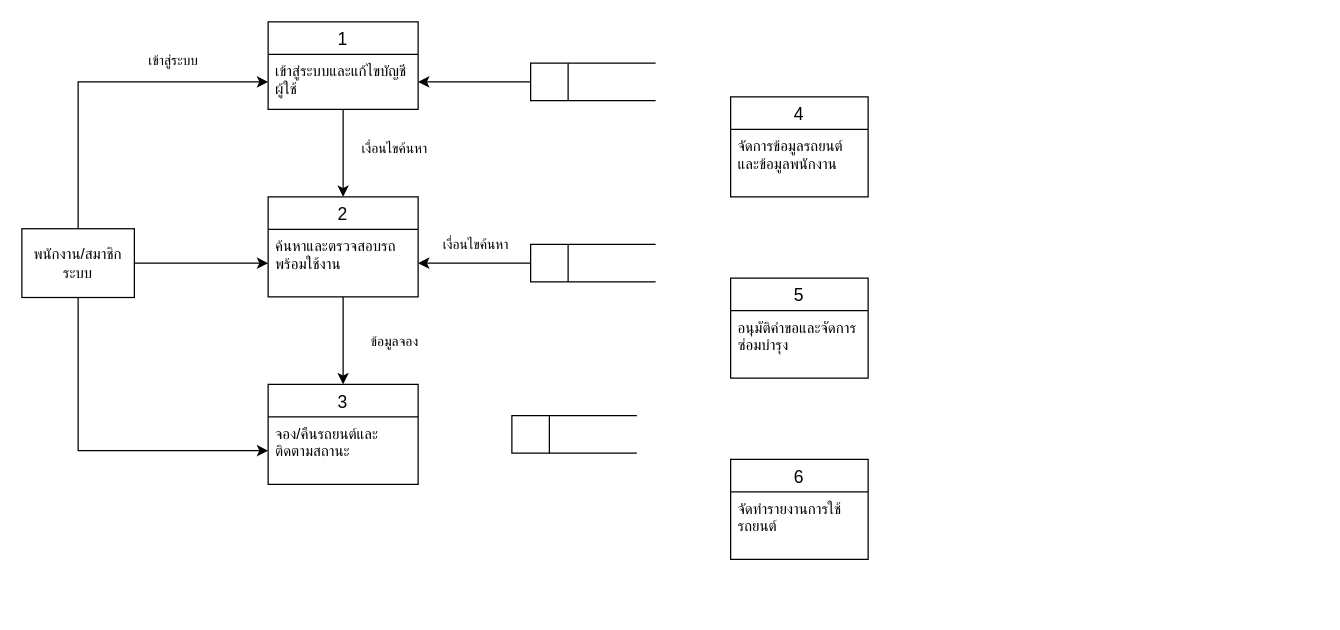
Before: docs/Untitled Diagram.drawio in Anurak-Creator/ANURAK-HOMELAB, a draw.io diagram. Source tidied: cells renumbered, new cells numbered last; positions are measured from the earlier drawing's top-left corner, leaving out a move shared by most shapes. Both pictures are drawn from the tidied source at 125%, with x=0, y=0 at pixel (21, 21).
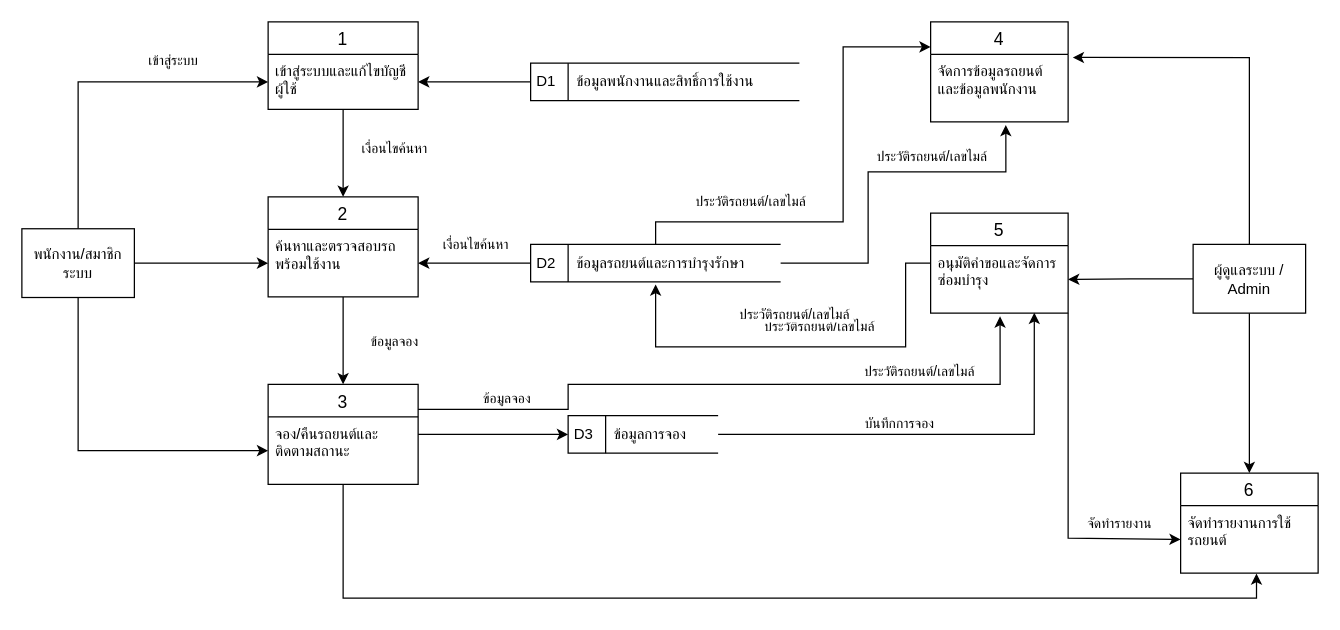
Above is the later version.

Unchanged cells that the change refers to:
```xml
<mxCell id="10" value="3" style="swimlane;fontStyle=0;horizontal=1;startSize=26;align=center;fontSize=14;" parent="1" vertex="1">
  <mxGeometry x="197" y="290" width="120" height="80" as="geometry" />
</mxCell>
<mxCell id="13" value="จัดการข้อมูลรถยนต์และข้อมูลพนักงาน" style="text;strokeColor=none;fillColor=none;spacingLeft=4;spacingRight=4;overflow=hidden;points=[[0,0.5],[1,0.5]];portConstraint=eastwest;fontSize=12;whiteSpace=wrap;html=1;" parent="12" vertex="1">
  <mxGeometry y="26" width="110" height="54" as="geometry" />
</mxCell>
<mxCell id="15" value="อนุมัติคำขอและจัดการซ่อมบำรุง" style="text;strokeColor=none;fillColor=none;spacingLeft=4;spacingRight=4;overflow=hidden;points=[[0,0.5],[1,0.5]];portConstraint=eastwest;fontSize=12;whiteSpace=wrap;html=1;" parent="14" vertex="1">
  <mxGeometry y="26" width="110" height="54" as="geometry" />
</mxCell>
<mxCell id="17" value="จัดทำรายงานการใช้รถยนต์" style="text;strokeColor=none;fillColor=none;spacingLeft=4;spacingRight=4;overflow=hidden;points=[[0,0.5],[1,0.5]];portConstraint=eastwest;fontSize=12;whiteSpace=wrap;html=1;" parent="16" vertex="1">
  <mxGeometry y="26" width="110" height="54" as="geometry" />
</mxCell>
```

Diff of the diagram source:
```diff
@@
+    <mxCell id="29" style="edgeStyle=orthogonalEdgeStyle;rounded=0;jettySize=auto;html=1;defaultLabelBackgroundColor=page;labelPadding=0 4;" parent="1" edge="1" source="10" target="28">
+      <mxGeometry relative="1" as="geometry" />
+    </mxCell>
@@
     <mxCell id="12" value="4" style="swimlane;fontStyle=0;horizontal=1;startSize=26;align=center;fontSize=14;" parent="1" vertex="1">
-      <mxGeometry x="567" y="60" width="110" height="80" as="geometry" />
+      <mxGeometry x="727" width="110" height="80" as="geometry" />
     </mxCell>
@@
+    <mxCell id="30" style="edgeStyle=orthogonalEdgeStyle;rounded=0;jettySize=auto;html=1;defaultLabelBackgroundColor=page;labelPadding=0 4;exitX=0;exitY=0.5;exitDx=0;exitDy=0;" parent="1" edge="1" source="14">
+      <mxGeometry x="-0.18" relative="1" as="geometry">
+        <mxPoint x="507" y="210" as="targetPoint" />
+        <Array as="points">
+          <mxPoint x="707" y="193" />
+          <mxPoint x="707" y="260" />
+          <mxPoint x="507" y="260" />
+        </Array>
+      </mxGeometry>
+    </mxCell>
+    <mxCell id="31" value="ประวัติรถยนต์/เลขไมล์" style="edgeLabel;html=1;align=center;verticalAlign=middle;inheritText=1;defaultLabelBackgroundColor=page;labelPadding=0 4;" parent="30" vertex="1">
+      <mxGeometry x="-0.15" y="-1" relative="1" as="geometry">
+        <mxPoint x="-14" y="-16" as="offset" />
+      </mxGeometry>
+    </mxCell>
+    <mxCell id="32" value="ประวัติรถยนต์/เลขไมล์" style="edgeLabel;html=1;align=center;verticalAlign=middle;inheritText=1;defaultLabelBackgroundColor=page;labelPadding=0 4;" parent="30" vertex="1">
+      <mxGeometry x="-0.15" y="-1" relative="1" as="geometry">
+        <mxPoint x="-34" y="-26" as="offset" />
+      </mxGeometry>
+    </mxCell>
     <mxCell id="14" value="5" style="swimlane;fontStyle=0;horizontal=1;startSize=26;align=center;fontSize=14;" parent="1" vertex="1">
-      <mxGeometry x="567" y="205" width="110" height="80" as="geometry" />
+      <mxGeometry x="727" y="153" width="110" height="80" as="geometry" />
     </mxCell>
@@
     <mxCell id="16" value="6" style="swimlane;fontStyle=0;horizontal=1;startSize=26;align=center;fontSize=14;" parent="1" vertex="1">
-      <mxGeometry x="567" y="350" width="110" height="80" as="geometry" />
+      <mxGeometry x="927" y="361" width="110" height="80" as="geometry" />
     </mxCell>
@@
+    <mxCell id="33" style="edgeStyle=orthogonalEdgeStyle;rounded=0;jettySize=auto;html=1;defaultLabelBackgroundColor=page;labelPadding=0 4;entryX=0;entryY=0.5;entryDx=0;entryDy=0;exitX=0.5;exitY=0;exitDx=0;exitDy=0;" parent="1" edge="1" source="25">
+      <mxGeometry x="0.31" relative="1" as="geometry">
+        <mxPoint x="727" y="20" as="targetPoint" />
+        <Array as="points">
+          <mxPoint x="507" y="160" />
+          <mxPoint x="657" y="160" />
+          <mxPoint x="657" y="20" />
+        </Array>
+      </mxGeometry>
+    </mxCell>
+    <mxCell id="34" value="ประวัติรถยนต์/เลขไมล์" style="edgeLabel;html=1;align=center;verticalAlign=middle;inheritText=1;defaultLabelBackgroundColor=page;labelPadding=0 4;" parent="33" vertex="1">
+      <mxGeometry x="-0.51" y="-1" relative="1" as="geometry">
+        <mxPoint y="-18" as="offset" />
+      </mxGeometry>
+    </mxCell>
-    <mxCell id="25" style="html=1;dashed=0;whiteSpace=wrap;shape=mxgraph.dfd.dataStoreID;align=left;spacingLeft=3;points=[[0,0],[0.5,0],[1,0],[0,0.5],[1,0.5],[0,1],[0.5,1],[1,1]];" parent="1" vertex="1">
-      <mxGeometry x="407" y="178" width="100" height="30" as="geometry" />
+    <mxCell id="25" value="D2&amp;nbsp; &amp;nbsp; &amp;nbsp;ข้อมูลรถยนต์และการบำรุงรักษา" style="html=1;dashed=0;whiteSpace=wrap;shape=mxgraph.dfd.dataStoreID;align=left;spacingLeft=3;points=[[0,0],[0.5,0],[1,0],[0,0.5],[1,0.5],[0,1],[0.5,1],[1,1]];" parent="1" vertex="1">
+      <mxGeometry x="407" y="178" width="200" height="30" as="geometry" />
     </mxCell>
@@
-    <mxCell id="27" style="html=1;dashed=0;whiteSpace=wrap;shape=mxgraph.dfd.dataStoreID;align=left;spacingLeft=3;points=[[0,0],[0.5,0],[1,0],[0,0.5],[1,0.5],[0,1],[0.5,1],[1,1]];" parent="1" vertex="1">
-      <mxGeometry x="407" y="33" width="100" height="30" as="geometry" />
+    <mxCell id="27" value="D1&amp;nbsp; &amp;nbsp; &amp;nbsp;ข้อมูลพนักงานและสิทธิ์การใช้งาน" style="html=1;dashed=0;whiteSpace=wrap;shape=mxgraph.dfd.dataStoreID;align=left;spacingLeft=3;points=[[0,0],[0.5,0],[1,0],[0,0.5],[1,0.5],[0,1],[0.5,1],[1,1]];" parent="1" vertex="1">
+      <mxGeometry x="407" y="33" width="215" height="30" as="geometry" />
     </mxCell>
-    <mxCell id="28" style="html=1;dashed=0;whiteSpace=wrap;shape=mxgraph.dfd.dataStoreID;align=left;spacingLeft=3;points=[[0,0],[0.5,0],[1,0],[0,0.5],[1,0.5],[0,1],[0.5,1],[1,1]];" parent="1" vertex="1">
-      <mxGeometry x="392" y="315" width="100" height="30" as="geometry" />
+    <mxCell id="28" value="D3&amp;nbsp; &amp;nbsp; &amp;nbsp;ข้อมูลการจอง" style="html=1;dashed=0;whiteSpace=wrap;shape=mxgraph.dfd.dataStoreID;align=left;spacingLeft=3;points=[[0,0],[0.5,0],[1,0],[0,0.5],[1,0.5],[0,1],[0.5,1],[1,1]];" parent="1" vertex="1">
+      <mxGeometry x="437" y="315" width="120" height="30" as="geometry" />
     </mxCell>
+    <mxCell id="35" style="edgeStyle=orthogonalEdgeStyle;rounded=0;jettySize=auto;html=1;entryX=1;entryY=0.5;entryDx=0;entryDy=0;defaultLabelBackgroundColor=page;labelPadding=0 4;" parent="1" edge="1" source="37" target="15">
+      <mxGeometry relative="1" as="geometry" />
+    </mxCell>
+    <mxCell id="36" style="edgeStyle=orthogonalEdgeStyle;rounded=0;jettySize=auto;html=1;entryX=0.5;entryY=0;entryDx=0;entryDy=0;defaultLabelBackgroundColor=page;labelPadding=0 4;" parent="1" edge="1" source="37" target="16">
+      <mxGeometry relative="1" as="geometry" />
+    </mxCell>
+    <mxCell id="37" value="ผู้ดูแลระบบ / Admin" style="html=1;dashed=0;whiteSpace=wrap;" parent="1" vertex="1">
+      <mxGeometry x="937" y="178" width="90" height="55" as="geometry" />
+    </mxCell>
+    <mxCell id="38" style="edgeStyle=orthogonalEdgeStyle;rounded=0;jettySize=auto;html=1;entryX=1.034;entryY=0.046;entryDx=0;entryDy=0;entryPerimeter=0;defaultLabelBackgroundColor=page;labelPadding=0 4;" parent="1" edge="1" source="37" target="13">
+      <mxGeometry relative="1" as="geometry" />
+    </mxCell>
+    <mxCell id="39" style="edgeStyle=orthogonalEdgeStyle;rounded=0;jettySize=auto;html=1;entryX=0.547;entryY=1.047;entryDx=0;entryDy=0;entryPerimeter=0;defaultLabelBackgroundColor=page;labelPadding=0 4;" parent="1" edge="1" source="25" target="13">
+      <mxGeometry relative="1" as="geometry">
+        <Array as="points">
+          <mxPoint x="677" y="193" />
+          <mxPoint x="677" y="120" />
+          <mxPoint x="787.2" y="120" />
+        </Array>
+      </mxGeometry>
+    </mxCell>
+    <mxCell id="40" value="ประวัติรถยนต์/เลขไมล์" style="edgeLabel;html=1;align=center;verticalAlign=middle;inheritText=1;defaultLabelBackgroundColor=page;labelPadding=0 4;" parent="39" vertex="1">
+      <mxGeometry x="-0.35" y="1" relative="1" as="geometry">
+        <mxPoint x="51" y="-62" as="offset" />
+      </mxGeometry>
+    </mxCell>
+    <mxCell id="41" style="edgeStyle=orthogonalEdgeStyle;rounded=0;jettySize=auto;html=1;entryX=0.754;entryY=0.993;entryDx=0;entryDy=0;entryPerimeter=0;defaultLabelBackgroundColor=page;labelPadding=0 4;exitX=1;exitY=0.5;exitDx=0;exitDy=0;" parent="1" edge="1" source="28" target="15">
+      <mxGeometry x="-0.13" relative="1" as="geometry" />
+    </mxCell>
+    <mxCell id="42" value="บันทึกการจอง" style="edgeLabel;html=1;align=center;verticalAlign=middle;inheritText=1;defaultLabelBackgroundColor=page;labelPadding=0 4;" parent="41" vertex="1">
+      <mxGeometry x="-0.24" y="-1" relative="1" as="geometry">
+        <mxPoint x="11" y="-11" as="offset" />
+      </mxGeometry>
+    </mxCell>
+    <mxCell id="43" style="edgeStyle=orthogonalEdgeStyle;rounded=0;jettySize=auto;html=1;entryX=0.505;entryY=1.048;entryDx=0;entryDy=0;entryPerimeter=0;defaultLabelBackgroundColor=page;labelPadding=0 4;exitX=1;exitY=0.25;exitDx=0;exitDy=0;" parent="1" edge="1" source="10" target="15">
+      <mxGeometry x="-0.06" relative="1" as="geometry">
+        <Array as="points">
+          <mxPoint x="437" y="310" />
+          <mxPoint x="437" y="290" />
+          <mxPoint x="782.6" y="290" />
+        </Array>
+      </mxGeometry>
+    </mxCell>
+    <mxCell id="44" value="ข้อมูลจอง" style="edgeLabel;html=1;align=center;verticalAlign=middle;inheritText=1;defaultLabelBackgroundColor=page;labelPadding=0 4;" parent="43" vertex="1">
+      <mxGeometry x="-0.72" relative="1" as="geometry">
+        <mxPoint x="-6" y="-10" as="offset" />
+      </mxGeometry>
+    </mxCell>
+    <mxCell id="45" value="ประวัติรถยนต์/เลขไมล์" style="edgeLabel;html=1;align=center;verticalAlign=middle;inheritText=1;defaultLabelBackgroundColor=page;labelPadding=0 4;" parent="43" vertex="1">
+      <mxGeometry x="-0.27" y="1" relative="1" as="geometry">
+        <mxPoint x="223" y="-10" as="offset" />
+      </mxGeometry>
+    </mxCell>
+    <mxCell id="46" style="edgeStyle=orthogonalEdgeStyle;rounded=0;jettySize=auto;html=1;entryX=0;entryY=0.5;entryDx=0;entryDy=0;defaultLabelBackgroundColor=page;labelPadding=0 4;" parent="1" edge="1" source="15" target="17">
+      <mxGeometry relative="1" as="geometry">
+        <Array as="points">
+          <mxPoint x="837" y="413" />
+        </Array>
+      </mxGeometry>
+    </mxCell>
+    <mxCell id="47" value="จัดทำรายงาน" style="edgeLabel;html=1;align=center;verticalAlign=middle;inheritText=1;defaultLabelBackgroundColor=page;labelPadding=0 4;" parent="46" vertex="1">
+      <mxGeometry x="0.51" y="4" relative="1" as="geometry">
+        <mxPoint x="16" y="-9" as="offset" />
+      </mxGeometry>
+    </mxCell>
+    <mxCell id="48" style="edgeStyle=orthogonalEdgeStyle;rounded=0;jettySize=auto;html=1;entryX=0.552;entryY=1.006;entryDx=0;entryDy=0;entryPerimeter=0;defaultLabelBackgroundColor=page;labelPadding=0 4;" parent="1" edge="1" source="10" target="17">
+      <mxGeometry relative="1" as="geometry" />
+    </mxCell>
```
